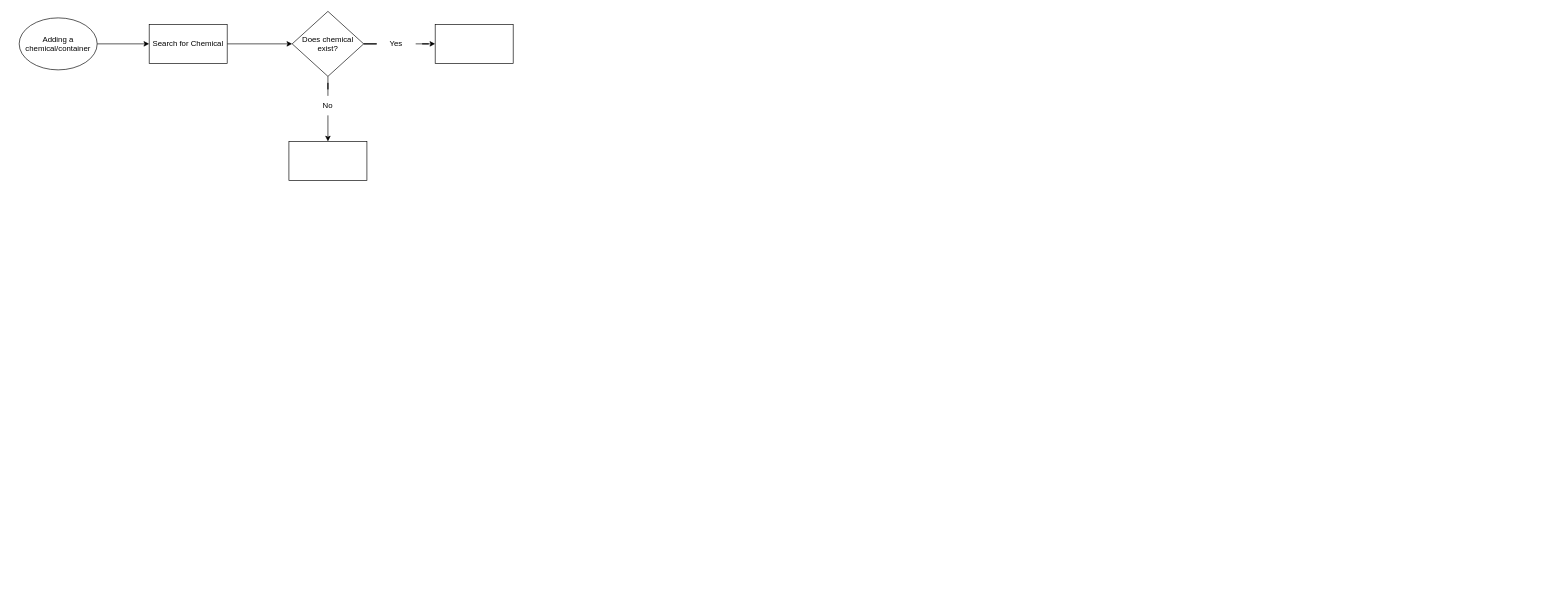
Above: chemical_add_container.drawio in samuelroiz/WorkFlows_storage (draw.io), before the change. Source tidied: cells renumbered, new cells numbered last; positions are measured from the earlier drawing's top-left corner, leaving out a move shared by most shapes. Both pictures are drawn from the tidied source at 65%, with x=0, y=0 at pixel (19, 11).
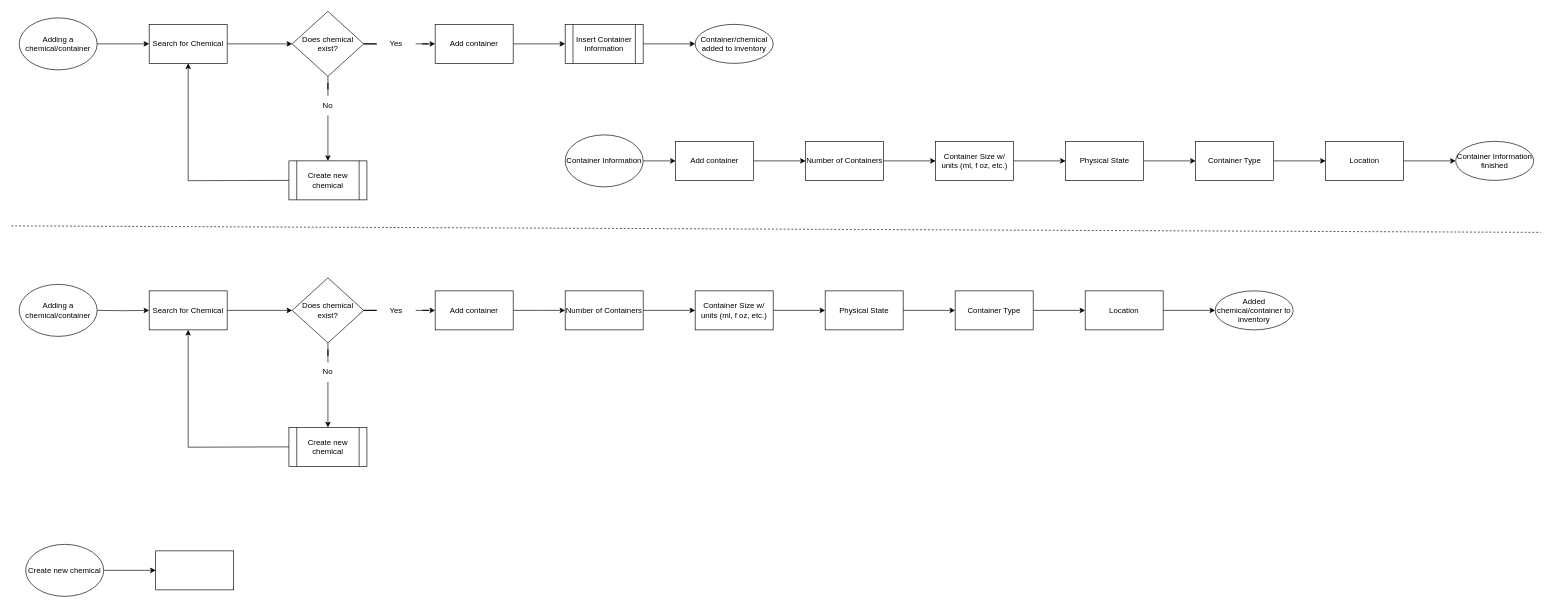
The same diagram, later.

Unchanged cells that the change refers to:
```xml
<mxCell id="5" value="Search for Chemical" style="whiteSpace=wrap;html=1;" parent="1" vertex="1">
  <mxGeometry x="200" y="20" width="120" height="60" as="geometry" />
</mxCell>
<mxCell id="11" value="No" style="text;html=1;strokeColor=none;fillColor=none;align=center;verticalAlign=middle;whiteSpace=wrap;rounded=0;" parent="1" vertex="1">
  <mxGeometry x="445" y="130" width="60" height="30" as="geometry" />
</mxCell>
```

Change to the diagram source:
```diff
@@
-    <mxCell id="6" style="edgeStyle=orthogonalEdgeStyle;rounded=0;jettySize=auto;html=1;startArrow=none;" parent="1" edge="1" source="11" target="9">
-      <mxGeometry relative="1" as="geometry" />
+    <mxCell id="6" style="edgeStyle=orthogonalEdgeStyle;rounded=0;jettySize=auto;html=1;startArrow=none;" parent="1" edge="1" source="11">
+      <mxGeometry relative="1" as="geometry">
+        <mxPoint x="475" y="230" as="targetPoint" />
+      </mxGeometry>
     </mxCell>
@@
-    <mxCell id="9" style="whiteSpace=wrap;html=1;" parent="1" vertex="1">
-      <mxGeometry x="415" y="200" width="120" height="60" as="geometry" />
-    </mxCell>
+    <mxCell id="15" style="edgeStyle=orthogonalEdgeStyle;rounded=0;jettySize=auto;html=1;entryX=0.5;entryY=1;entryDx=0;entryDy=0;" parent="1" edge="1" target="5">
+      <mxGeometry relative="1" as="geometry">
+        <mxPoint x="415" y="260" as="sourcePoint" />
+      </mxGeometry>
+    </mxCell>
+    <mxCell id="16" style="edgeStyle=orthogonalEdgeStyle;rounded=0;jettySize=auto;html=1;" parent="1" edge="1" source="10">
+      <mxGeometry relative="1" as="geometry">
+        <mxPoint x="840" y="50" as="targetPoint" />
+      </mxGeometry>
+    </mxCell>
-    <mxCell id="10" style="whiteSpace=wrap;html=1;" parent="1" vertex="1">
+    <mxCell id="10" value="Add container" style="whiteSpace=wrap;html=1;" parent="1" vertex="1">
       <mxGeometry x="640" y="20" width="120" height="60" as="geometry" />
     </mxCell>
@@
+    <mxCell id="17" value="Create new chemical" style="shape=process;whiteSpace=wrap;html=1;backgroundOutline=1;" parent="1" vertex="1">
+      <mxGeometry x="415" y="230" width="120" height="60" as="geometry" />
+    </mxCell>
+    <mxCell id="18" style="edgeStyle=orthogonalEdgeStyle;rounded=0;jettySize=auto;html=1;" parent="1" edge="1" source="19" target="61">
+      <mxGeometry relative="1" as="geometry" />
+    </mxCell>
+    <mxCell id="19" value="Insert Container Information" style="shape=process;whiteSpace=wrap;html=1;backgroundOutline=1;" parent="1" vertex="1">
+      <mxGeometry x="840" y="20" width="120" height="60" as="geometry" />
+    </mxCell>
+    <mxCell id="20" style="edgeStyle=orthogonalEdgeStyle;rounded=0;jettySize=auto;html=1;" parent="1" edge="1" target="22">
+      <mxGeometry relative="1" as="geometry">
+        <mxPoint x="120" y="460" as="sourcePoint" />
+      </mxGeometry>
+    </mxCell>
+    <mxCell id="21" style="edgeStyle=orthogonalEdgeStyle;rounded=0;jettySize=auto;html=1;" parent="1" edge="1" source="22" target="25">
+      <mxGeometry relative="1" as="geometry" />
+    </mxCell>
+    <mxCell id="22" value="Search for Chemical" style="whiteSpace=wrap;html=1;" parent="1" vertex="1">
+      <mxGeometry x="200" y="430" width="120" height="60" as="geometry" />
+    </mxCell>
+    <mxCell id="23" style="edgeStyle=orthogonalEdgeStyle;rounded=0;jettySize=auto;html=1;startArrow=none;" parent="1" edge="1" source="29">
+      <mxGeometry relative="1" as="geometry">
+        <mxPoint x="475" y="640" as="targetPoint" />
+      </mxGeometry>
+    </mxCell>
+    <mxCell id="24" style="edgeStyle=orthogonalEdgeStyle;rounded=0;jettySize=auto;html=1;startArrow=none;" parent="1" edge="1" source="31" target="28">
+      <mxGeometry relative="1" as="geometry" />
+    </mxCell>
+    <mxCell id="25" value="Does chemical exist?" style="rhombus;whiteSpace=wrap;html=1;" parent="1" vertex="1">
+      <mxGeometry x="420" y="410" width="110" height="100" as="geometry" />
+    </mxCell>
+    <mxCell id="26" style="edgeStyle=orthogonalEdgeStyle;rounded=0;jettySize=auto;html=1;entryX=0.5;entryY=1;entryDx=0;entryDy=0;" parent="1" edge="1" target="22">
+      <mxGeometry relative="1" as="geometry">
+        <mxPoint x="415" y="670" as="sourcePoint" />
+      </mxGeometry>
+    </mxCell>
+    <mxCell id="27" style="edgeStyle=orthogonalEdgeStyle;rounded=0;jettySize=auto;html=1;" parent="1" edge="1" source="28">
+      <mxGeometry relative="1" as="geometry">
+        <mxPoint x="840" y="460" as="targetPoint" />
+      </mxGeometry>
+    </mxCell>
+    <mxCell id="28" value="Add container" style="whiteSpace=wrap;html=1;" parent="1" vertex="1">
+      <mxGeometry x="640" y="430" width="120" height="60" as="geometry" />
+    </mxCell>
+    <mxCell id="29" value="No" style="text;html=1;strokeColor=none;fillColor=none;align=center;verticalAlign=middle;whiteSpace=wrap;rounded=0;" parent="1" vertex="1">
+      <mxGeometry x="445" y="540" width="60" height="30" as="geometry" />
+    </mxCell>
+    <mxCell id="30" style="edgeStyle=orthogonalEdgeStyle;rounded=0;jettySize=auto;html=1;endArrow=none;" parent="1" edge="1" source="25" target="29">
+      <mxGeometry relative="1" as="geometry" />
+    </mxCell>
+    <mxCell id="31" value="Yes" style="text;html=1;strokeColor=none;fillColor=none;align=center;verticalAlign=middle;whiteSpace=wrap;rounded=0;" parent="1" vertex="1">
+      <mxGeometry x="550" y="445" width="60" height="30" as="geometry" />
+    </mxCell>
+    <mxCell id="32" style="edgeStyle=orthogonalEdgeStyle;rounded=0;jettySize=auto;html=1;endArrow=none;" parent="1" edge="1" source="25" target="31">
+      <mxGeometry relative="1" as="geometry" />
+    </mxCell>
+    <mxCell id="33" value="Create new chemical" style="shape=process;whiteSpace=wrap;html=1;backgroundOutline=1;" parent="1" vertex="1">
+      <mxGeometry x="415" y="640" width="120" height="60" as="geometry" />
+    </mxCell>
+    <mxCell id="34" value="Adding a chemical/container" style="ellipse;whiteSpace=wrap;html=1;" parent="1" vertex="1">
+      <mxGeometry y="420" width="120" height="80" as="geometry" />
+    </mxCell>
+    <mxCell id="35" style="edgeStyle=orthogonalEdgeStyle;rounded=0;jettySize=auto;html=1;" parent="1" edge="1" source="36" target="38">
+      <mxGeometry relative="1" as="geometry" />
+    </mxCell>
+    <mxCell id="36" value="Number of Containers" style="rounded=0;whiteSpace=wrap;html=1;" parent="1" vertex="1">
+      <mxGeometry x="840" y="430" width="120" height="60" as="geometry" />
+    </mxCell>
+    <mxCell id="37" style="edgeStyle=orthogonalEdgeStyle;rounded=0;jettySize=auto;html=1;" parent="1" edge="1" source="38" target="40">
+      <mxGeometry relative="1" as="geometry" />
+    </mxCell>
+    <mxCell id="38" value="Container Size w/ units (ml, f oz, etc.)" style="whiteSpace=wrap;html=1;rounded=0;" parent="1" vertex="1">
+      <mxGeometry x="1040" y="430" width="120" height="60" as="geometry" />
+    </mxCell>
+    <mxCell id="39" style="edgeStyle=orthogonalEdgeStyle;rounded=0;jettySize=auto;html=1;" parent="1" edge="1" source="40" target="42">
+      <mxGeometry relative="1" as="geometry" />
+    </mxCell>
+    <mxCell id="40" value="Physical State" style="whiteSpace=wrap;html=1;rounded=0;" parent="1" vertex="1">
+      <mxGeometry x="1240" y="430" width="120" height="60" as="geometry" />
+    </mxCell>
+    <mxCell id="41" style="edgeStyle=orthogonalEdgeStyle;rounded=0;jettySize=auto;html=1;" parent="1" edge="1" source="42" target="44">
+      <mxGeometry relative="1" as="geometry" />
+    </mxCell>
+    <mxCell id="42" value="Container Type" style="whiteSpace=wrap;html=1;rounded=0;" parent="1" vertex="1">
+      <mxGeometry x="1440" y="430" width="120" height="60" as="geometry" />
+    </mxCell>
+    <mxCell id="43" style="edgeStyle=orthogonalEdgeStyle;rounded=0;jettySize=auto;html=1;" parent="1" edge="1" source="44" target="45">
+      <mxGeometry relative="1" as="geometry" />
+    </mxCell>
+    <mxCell id="44" value="Location" style="whiteSpace=wrap;html=1;rounded=0;" parent="1" vertex="1">
+      <mxGeometry x="1640" y="430" width="120" height="60" as="geometry" />
+    </mxCell>
+    <mxCell id="45" value="Added chemical/container to inventory" style="ellipse;whiteSpace=wrap;html=1;rounded=0;" parent="1" vertex="1">
+      <mxGeometry x="1840" y="430" width="120" height="60" as="geometry" />
+    </mxCell>
+    <mxCell id="46" style="edgeStyle=orthogonalEdgeStyle;rounded=0;jettySize=auto;html=1;" parent="1" edge="1" source="47">
+      <mxGeometry relative="1" as="geometry">
+        <mxPoint x="1210" y="230" as="targetPoint" />
+      </mxGeometry>
+    </mxCell>
+    <mxCell id="47" value="Add container" style="whiteSpace=wrap;html=1;" parent="1" vertex="1">
+      <mxGeometry x="1010" y="200" width="120" height="60" as="geometry" />
+    </mxCell>
+    <mxCell id="48" style="edgeStyle=orthogonalEdgeStyle;rounded=0;jettySize=auto;html=1;" parent="1" edge="1" source="49" target="51">
+      <mxGeometry relative="1" as="geometry" />
+    </mxCell>
+    <mxCell id="49" value="Number of Containers" style="rounded=0;whiteSpace=wrap;html=1;" parent="1" vertex="1">
+      <mxGeometry x="1210" y="200" width="120" height="60" as="geometry" />
+    </mxCell>
+    <mxCell id="50" style="edgeStyle=orthogonalEdgeStyle;rounded=0;jettySize=auto;html=1;" parent="1" edge="1" source="51" target="53">
+      <mxGeometry relative="1" as="geometry" />
+    </mxCell>
+    <mxCell id="51" value="Container Size w/ units (ml, f oz, etc.)" style="whiteSpace=wrap;html=1;rounded=0;" parent="1" vertex="1">
+      <mxGeometry x="1410" y="200" width="120" height="60" as="geometry" />
+    </mxCell>
+    <mxCell id="52" style="edgeStyle=orthogonalEdgeStyle;rounded=0;jettySize=auto;html=1;" parent="1" edge="1" source="53" target="55">
+      <mxGeometry relative="1" as="geometry" />
+    </mxCell>
+    <mxCell id="53" value="Physical State" style="whiteSpace=wrap;html=1;rounded=0;" parent="1" vertex="1">
+      <mxGeometry x="1610" y="200" width="120" height="60" as="geometry" />
+    </mxCell>
+    <mxCell id="54" style="edgeStyle=orthogonalEdgeStyle;rounded=0;jettySize=auto;html=1;" parent="1" edge="1" source="55" target="57">
+      <mxGeometry relative="1" as="geometry" />
+    </mxCell>
+    <mxCell id="55" value="Container Type" style="whiteSpace=wrap;html=1;rounded=0;" parent="1" vertex="1">
+      <mxGeometry x="1810" y="200" width="120" height="60" as="geometry" />
+    </mxCell>
+    <mxCell id="56" style="edgeStyle=orthogonalEdgeStyle;rounded=0;jettySize=auto;html=1;" parent="1" edge="1" source="57" target="58">
+      <mxGeometry relative="1" as="geometry" />
+    </mxCell>
+    <mxCell id="57" value="Location" style="whiteSpace=wrap;html=1;rounded=0;" parent="1" vertex="1">
+      <mxGeometry x="2010" y="200" width="120" height="60" as="geometry" />
+    </mxCell>
+    <mxCell id="58" value="Container Information finished" style="ellipse;whiteSpace=wrap;html=1;rounded=0;" parent="1" vertex="1">
+      <mxGeometry x="2210" y="200" width="120" height="60" as="geometry" />
+    </mxCell>
+    <mxCell id="59" style="edgeStyle=orthogonalEdgeStyle;rounded=0;jettySize=auto;html=1;" parent="1" edge="1" source="60" target="47">
+      <mxGeometry relative="1" as="geometry" />
+    </mxCell>
+    <mxCell id="60" value="Container Information" style="ellipse;whiteSpace=wrap;html=1;" parent="1" vertex="1">
+      <mxGeometry x="840" y="190" width="120" height="80" as="geometry" />
+    </mxCell>
+    <mxCell id="61" value="Container/chemical added to inventory" style="ellipse;whiteSpace=wrap;html=1;" parent="1" vertex="1">
+      <mxGeometry x="1040" y="20" width="120" height="60" as="geometry" />
+    </mxCell>
+    <mxCell id="62" style="endArrow=none;dashed=1;html=1;rounded=0;" parent="1" edge="1">
+      <mxGeometry relative="1" as="geometry">
+        <mxPoint x="-12" y="330" as="sourcePoint" />
+        <mxPoint x="2341" y="340" as="targetPoint" />
+      </mxGeometry>
+    </mxCell>
+    <mxCell id="63" style="edgeStyle=orthogonalEdgeStyle;rounded=0;jettySize=auto;html=1;" parent="1" edge="1" source="64" target="65">
+      <mxGeometry relative="1" as="geometry" />
+    </mxCell>
+    <mxCell id="64" value="Create new chemical" style="ellipse;whiteSpace=wrap;html=1;" parent="1" vertex="1">
+      <mxGeometry x="10" y="820" width="120" height="80" as="geometry" />
+    </mxCell>
+    <mxCell id="65" style="whiteSpace=wrap;html=1;" parent="1" vertex="1">
+      <mxGeometry x="210" y="830" width="120" height="60" as="geometry" />
+    </mxCell>
```
